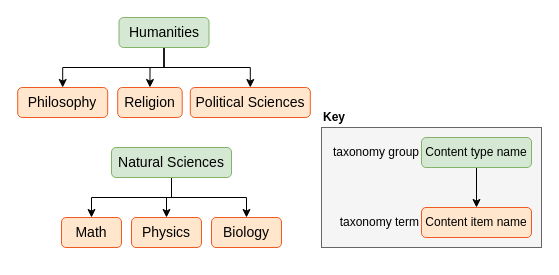
This is content_modeling/taxonomies/taxonomy_-_illustration-for-linked-items-approach.drawio from Kontent-ai-Learn/kontent-ai-learn-diagrams, a draw.io file, before an edit. Source tidied: cells renumbered, new cells numbered last; positions are measured from the earlier drawing's top-left corner, leaving out a move shared by most shapes. Both pictures are drawn from the tidied source at 100%, with x=0, y=0 at pixel (17, 17).
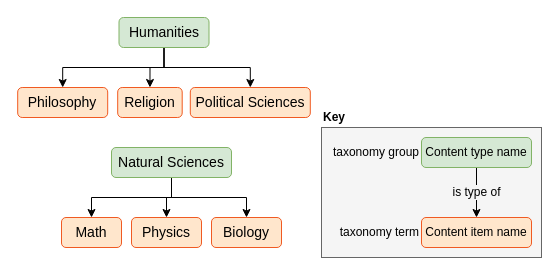
After the change.

Commit message:
fixed a styling bug

Unchanged cells that the change refers to:
```xml
<mxCell id="18" value="Content type name" style="rounded=1;whiteSpace=wrap;html=1;fontSize=12;fontFamily=GT Walsheim Pro;fillColor=#d5e8d4;strokeColor=#82b366;" parent="1" vertex="1">
  <mxGeometry x="404" y="120" width="110" height="30" as="geometry" />
</mxCell>
```

The edit, as a diff of the source:
```diff
@@
-<mxGraphModel>
+<mxGraphModel background="#ffffff">
@@
     <mxCell id="2" style="rounded=0;whiteSpace=wrap;html=1;fontFamily=GT Walsheim Pro;fontSize=12;align=right;verticalAlign=bottom;labelPosition=left;verticalLabelPosition=top;fillColor=#f5f5f5;strokeColor=#666666;fontColor=#333333;" parent="1" vertex="1">
-      <mxGeometry x="304" y="110" width="220" height="120" as="geometry" />
+      <mxGeometry x="304" y="110" width="220" height="130" as="geometry" />
     </mxCell>
@@
-    <mxCell id="17" value="is type of" style="edgeStyle=orthogonalEdgeStyle;rounded=0;jettySize=auto;html=1;fontSize=12;fontFamily=GT Walsheim Pro;noLabel=1;fontColor=none;labelBackgroundColor=none;" parent="1" edge="1" source="18" target="19">
+    <mxCell id="17" value="is type of" style="edgeStyle=orthogonalEdgeStyle;rounded=0;jettySize=auto;html=1;fontSize=12;fontFamily=GT Walsheim Pro;labelBackgroundColor=#F5F5F5;" parent="1" edge="1" source="18" target="19">
       <mxGeometry relative="1" as="geometry" />
     </mxCell>
@@
     <mxCell id="19" value="Content item name" style="rounded=1;whiteSpace=wrap;html=1;fontSize=12;fontFamily=GT Walsheim Pro;fillColor=#ffe6cc;strokeColor=#F05A22;" parent="1" vertex="1">
-      <mxGeometry x="404" y="190" width="110" height="30" as="geometry" />
+      <mxGeometry x="404" y="200" width="110" height="30" as="geometry" />
     </mxCell>
@@
     <mxCell id="21" value="&lt;div style=&quot;font-size: 12px;&quot;&gt;taxonomy term&lt;br style=&quot;font-size: 12px;&quot;&gt;&lt;/div&gt;" style="text;html=1;strokeColor=none;fillColor=none;align=right;verticalAlign=middle;whiteSpace=wrap;rounded=0;fontFamily=GT Walsheim Pro;fontSize=12;" parent="1" vertex="1">
-      <mxGeometry x="304" y="195" width="100" height="20" as="geometry" />
+      <mxGeometry x="304" y="205" width="100" height="20" as="geometry" />
     </mxCell>
```
